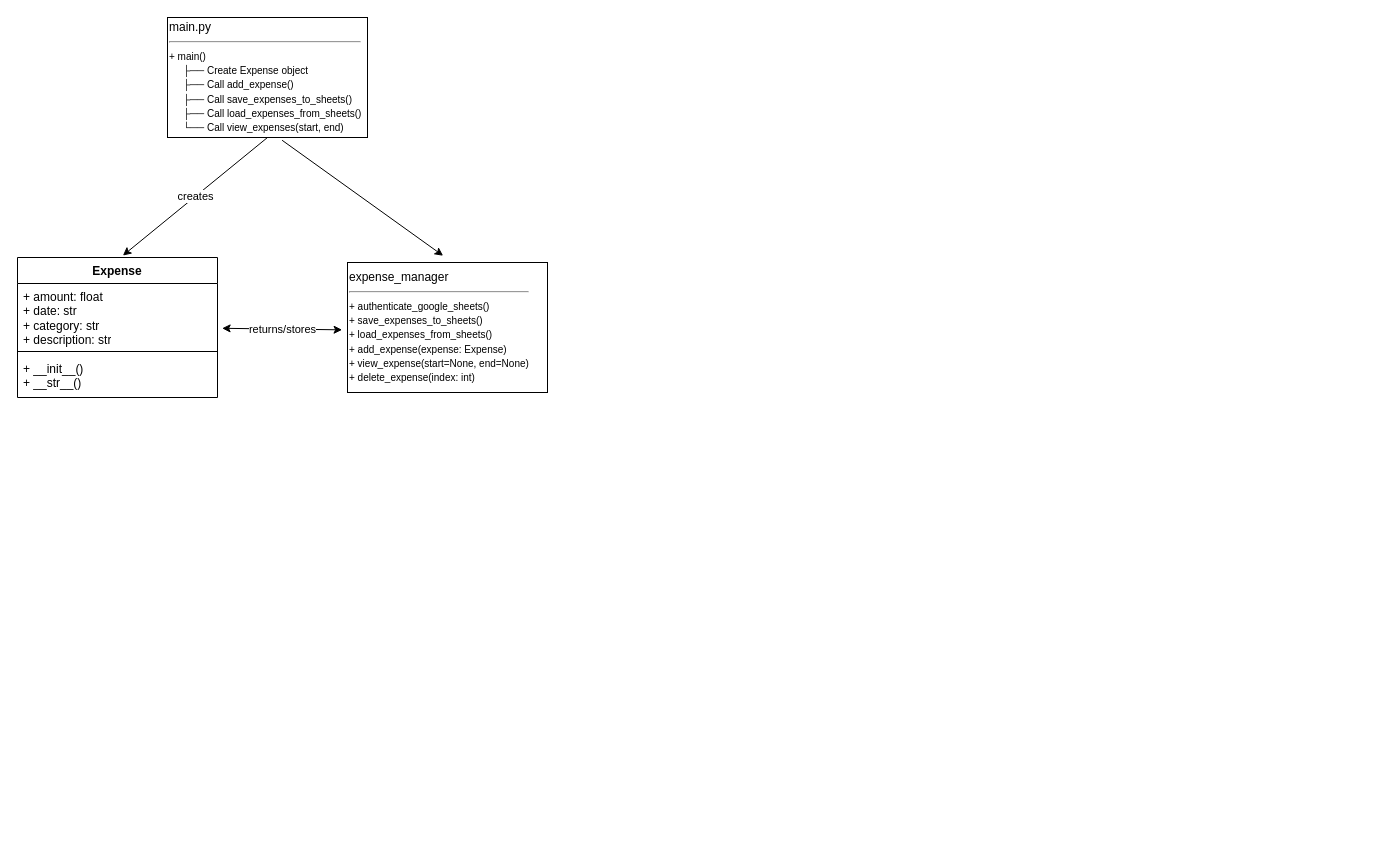
Before: diagrams/UMLdiagram.drawio in COSC381-2025Winter/lab13-sprint-expensetracker1-0, a draw.io diagram. Source tidied: cells renumbered, new cells numbered last; positions are measured from the earlier drawing's top-left corner, leaving out a move shared by most shapes. Both pictures are drawn from the tidied source at 100%, with x=0, y=0 at pixel (17, 17).
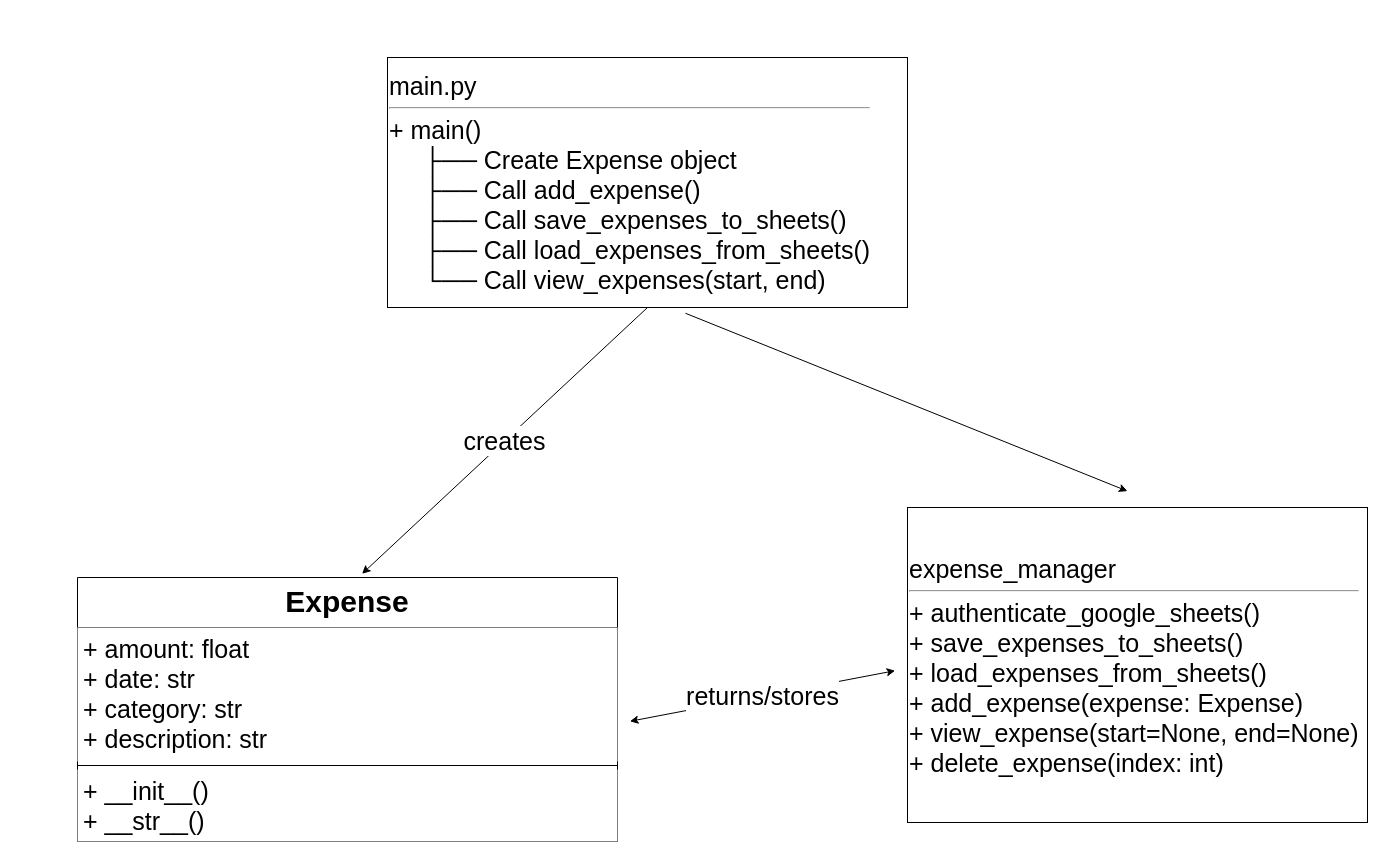
The same page after the edit.

Commit message (it also covers changes not shown here):
fixed UML diagrams

The edit, as a diff of the source:
```diff
@@
-<mxGraphModel>
+<mxGraphModel background="light-dark(#FFFFFF,#000000)">
   <root>
     <mxCell id="0" />
     <mxCell id="1" parent="0" />
-    <mxCell id="2" value="Expense" style="swimlane;fontStyle=1;align=center;verticalAlign=top;horizontal=1;startSize=26;whiteSpace=wrap;html=1;" parent="1" vertex="1">
-      <mxGeometry y="240" width="200" height="140" as="geometry" />
+    <mxCell id="2" value="&lt;font style=&quot;font-size: 30px;&quot;&gt;Expense&lt;/font&gt;" style="swimlane;fontStyle=1;align=center;verticalAlign=top;horizontal=1;startSize=50;whiteSpace=wrap;html=1;" parent="1" vertex="1">
+      <mxGeometry x="60" y="560" width="540" height="264" as="geometry" />
     </mxCell>
-    <mxCell id="3" value="+ amount: float&lt;div&gt;+ date: str&lt;br&gt;+ category: str&lt;/div&gt;&lt;div&gt;+ description: str&lt;/div&gt;" style="text;strokeColor=none;fillColor=none;align=left;verticalAlign=top;spacingLeft=4;spacingRight=4;overflow=hidden;points=[[0,0.5],[1,0.5]];portConstraint=eastwest;whiteSpace=wrap;html=1;" parent="2" vertex="1">
-      <mxGeometry y="26" width="200" height="64" as="geometry" />
+    <mxCell id="3" value="&lt;font style=&quot;font-size: 25px;&quot;&gt;+ amount: float&lt;/font&gt;&lt;div&gt;&lt;font style=&quot;font-size: 25px;&quot;&gt;+ date: str&lt;br&gt;+ category: str&lt;/font&gt;&lt;/div&gt;&lt;div&gt;&lt;font style=&quot;font-size: 25px;&quot;&gt;+ description: str&lt;/font&gt;&lt;/div&gt;" style="text;align=left;verticalAlign=top;spacingLeft=4;spacingRight=4;overflow=hidden;points=[[0,0.5],[1,0.5]];portConstraint=eastwest;whiteSpace=wrap;html=1;fillColor=default;" parent="2" vertex="1">
+      <mxGeometry y="50" width="540" height="134" as="geometry" />
     </mxCell>
     <mxCell id="4" style="line;strokeWidth=1;fillColor=none;align=left;verticalAlign=middle;spacingTop=-1;spacingLeft=3;spacingRight=3;labelPosition=right;strokeColor=inherit;" parent="2" vertex="1">
-      <mxGeometry y="90" width="200" height="8" as="geometry" />
+      <mxGeometry y="184" width="540" height="8" as="geometry" />
     </mxCell>
-    <mxCell id="5" value="+ __init__()&lt;div&gt;+ __str__()&lt;/div&gt;" style="text;strokeColor=none;fillColor=none;align=left;verticalAlign=top;spacingLeft=4;spacingRight=4;overflow=hidden;whiteSpace=wrap;html=1;" parent="2" vertex="1">
-      <mxGeometry y="98" width="200" height="42" as="geometry" />
+    <mxCell id="5" value="&lt;font style=&quot;font-size: 25px;&quot;&gt;+ __init__()&lt;/font&gt;&lt;div&gt;&lt;font style=&quot;font-size: 25px;&quot;&gt;+ __str__()&lt;/font&gt;&lt;/div&gt;" style="text;strokeColor=none;fillColor=default;align=left;verticalAlign=top;spacingLeft=4;spacingRight=4;overflow=hidden;whiteSpace=wrap;html=1;" parent="2" vertex="1">
+      <mxGeometry y="192" width="540" height="72" as="geometry" />
     </mxCell>
-    <mxCell id="6" value="&lt;div style=&quot;&quot;&gt;&lt;span style=&quot;background-color: transparent; color: light-dark(rgb(0, 0, 0), rgb(255, 255, 255));&quot;&gt;expense_manager&lt;/span&gt;&lt;/div&gt;&lt;div style=&quot;&quot;&gt;&lt;hr&gt;&lt;/div&gt;&lt;div style=&quot;&quot;&gt;&lt;span style=&quot;background-color: transparent; color: light-dark(rgb(0, 0, 0), rgb(255, 255, 255));&quot;&gt;&lt;font style=&quot;font-size: 10px;&quot;&gt;+ authenticate_google_sheets()&lt;/font&gt;&lt;/span&gt;&lt;/div&gt;&lt;div style=&quot;&quot;&gt;&lt;span style=&quot;background-color: transparent; color: light-dark(rgb(0, 0, 0), rgb(255, 255, 255));&quot;&gt;&lt;font style=&quot;font-size: 10px;&quot;&gt;+ save_expenses_to_sheets()&lt;/font&gt;&lt;/span&gt;&lt;/div&gt;&lt;div style=&quot;&quot;&gt;&lt;span style=&quot;background-color: transparent; color: light-dark(rgb(0, 0, 0), rgb(255, 255, 255));&quot;&gt;&lt;font style=&quot;font-size: 10px;&quot;&gt;+ load_expenses_from_sheets()&lt;/font&gt;&lt;/span&gt;&lt;/div&gt;&lt;div style=&quot;&quot;&gt;&lt;span style=&quot;background-color: transparent; color: light-dark(rgb(0, 0, 0), rgb(255, 255, 255));&quot;&gt;&lt;font style=&quot;font-size: 10px;&quot;&gt;+ add_expense(expense: Expense)&lt;/font&gt;&lt;/span&gt;&lt;/div&gt;&lt;div style=&quot;&quot;&gt;&lt;span style=&quot;background-color: transparent; color: light-dark(rgb(0, 0, 0), rgb(255, 255, 255));&quot;&gt;&lt;font style=&quot;font-size: 10px;&quot;&gt;+ view_expense(start=None, end=None)&lt;/font&gt;&lt;/span&gt;&lt;/div&gt;&lt;div style=&quot;&quot;&gt;&lt;span style=&quot;background-color: transparent; color: light-dark(rgb(0, 0, 0), rgb(255, 255, 255));&quot;&gt;&lt;font style=&quot;font-size: 10px;&quot;&gt;+ delete_expense(index: int)&lt;/font&gt;&lt;/span&gt;&lt;/div&gt;" style="rounded=0;whiteSpace=wrap;html=1;align=left;" parent="1" vertex="1">
-      <mxGeometry x="330" y="245" width="200" height="130" as="geometry" />
+    <mxCell id="6" value="&lt;div style=&quot;&quot;&gt;&lt;span style=&quot;background-color: transparent; color: light-dark(rgb(0, 0, 0), rgb(255, 255, 255));&quot;&gt;&lt;font style=&quot;font-size: 25px;&quot;&gt;expense_manager&lt;/font&gt;&lt;/span&gt;&lt;/div&gt;&lt;div style=&quot;&quot;&gt;&lt;hr&gt;&lt;/div&gt;&lt;div style=&quot;&quot;&gt;&lt;span style=&quot;background-color: transparent; color: light-dark(rgb(0, 0, 0), rgb(255, 255, 255));&quot;&gt;&lt;font style=&quot;font-size: 25px;&quot;&gt;+ authenticate_google_sheets()&lt;/font&gt;&lt;/span&gt;&lt;/div&gt;&lt;div style=&quot;&quot;&gt;&lt;span style=&quot;background-color: transparent; color: light-dark(rgb(0, 0, 0), rgb(255, 255, 255));&quot;&gt;&lt;font style=&quot;font-size: 25px;&quot;&gt;+ save_expenses_to_sheets()&lt;/font&gt;&lt;/span&gt;&lt;/div&gt;&lt;div style=&quot;&quot;&gt;&lt;span style=&quot;background-color: transparent; color: light-dark(rgb(0, 0, 0), rgb(255, 255, 255));&quot;&gt;&lt;font style=&quot;font-size: 25px;&quot;&gt;+ load_expenses_from_sheets()&lt;/font&gt;&lt;/span&gt;&lt;/div&gt;&lt;div style=&quot;&quot;&gt;&lt;span style=&quot;background-color: transparent; color: light-dark(rgb(0, 0, 0), rgb(255, 255, 255));&quot;&gt;&lt;font style=&quot;font-size: 25px;&quot;&gt;+ add_expense(expense: Expense)&lt;/font&gt;&lt;/span&gt;&lt;/div&gt;&lt;div style=&quot;&quot;&gt;&lt;span style=&quot;background-color: transparent; color: light-dark(rgb(0, 0, 0), rgb(255, 255, 255));&quot;&gt;&lt;font style=&quot;font-size: 25px;&quot;&gt;+ view_expense(start=None, end=None)&lt;/font&gt;&lt;/span&gt;&lt;/div&gt;&lt;div style=&quot;&quot;&gt;&lt;span style=&quot;background-color: transparent; color: light-dark(rgb(0, 0, 0), rgb(255, 255, 255));&quot;&gt;&lt;font style=&quot;font-size: 25px;&quot;&gt;+ delete_expense(index: int)&lt;/font&gt;&lt;/span&gt;&lt;/div&gt;" style="rounded=0;whiteSpace=wrap;html=1;align=left;" parent="1" vertex="1">
+      <mxGeometry x="890" y="490" width="460" height="315" as="geometry" />
     </mxCell>
-    <mxCell id="7" value="main.py&lt;div&gt;&lt;hr&gt;&lt;/div&gt;&lt;div&gt;&lt;font size=&quot;1&quot;&gt;+ main()&lt;/font&gt;&lt;/div&gt;&lt;div&gt;&lt;span style=&quot;background-color: transparent;&quot;&gt;&lt;font size=&quot;1&quot;&gt;&amp;nbsp; &amp;nbsp; &amp;nbsp;├── Create Expense object&lt;/font&gt;&lt;/span&gt;&lt;/div&gt;&lt;div&gt;&lt;span style=&quot;background-color: transparent;&quot;&gt;&lt;font size=&quot;1&quot;&gt;&amp;nbsp; &amp;nbsp; &amp;nbsp;├── Call add_expense()&lt;/font&gt;&lt;/span&gt;&lt;br&gt;&lt;/div&gt;&lt;div&gt;&lt;span style=&quot;background-color: transparent;&quot;&gt;&lt;font size=&quot;1&quot;&gt;&amp;nbsp; &amp;nbsp; &amp;nbsp;├── Call save_expenses_to_sheets()&lt;/font&gt;&lt;/span&gt;&lt;/div&gt;&lt;div&gt;&lt;span style=&quot;background-color: transparent;&quot;&gt;&lt;font size=&quot;1&quot;&gt;&amp;nbsp; &amp;nbsp; &amp;nbsp;├── Call load_expenses_from_sheets()&lt;/font&gt;&lt;/span&gt;&lt;/div&gt;&lt;div&gt;&lt;span style=&quot;background-color: transparent;&quot;&gt;&lt;font size=&quot;1&quot;&gt;&amp;nbsp; &amp;nbsp; &amp;nbsp;└──&amp;nbsp;Call view_expenses(start, end)&lt;/font&gt;&lt;/span&gt;&lt;/div&gt;" style="rounded=0;whiteSpace=wrap;html=1;align=left;" parent="1" vertex="1">
-      <mxGeometry x="150" width="200" height="120" as="geometry" />
+    <mxCell id="7" value="&lt;font style=&quot;font-size: 25px;&quot;&gt;main.py&lt;/font&gt;&lt;div&gt;&lt;hr&gt;&lt;/div&gt;&lt;div&gt;&lt;font style=&quot;font-size: 25px;&quot;&gt;+ main()&lt;/font&gt;&lt;/div&gt;&lt;div&gt;&lt;span style=&quot;background-color: transparent;&quot;&gt;&lt;font style=&quot;font-size: 25px;&quot;&gt;&amp;nbsp; &amp;nbsp; &amp;nbsp;├── Create Expense object&lt;/font&gt;&lt;/span&gt;&lt;/div&gt;&lt;div&gt;&lt;font style=&quot;font-size: 25px;&quot;&gt;&lt;span style=&quot;background-color: transparent;&quot;&gt;&amp;nbsp; &amp;nbsp; &amp;nbsp;├── Call add_expense()&lt;/span&gt;&lt;br&gt;&lt;/font&gt;&lt;/div&gt;&lt;div&gt;&lt;span style=&quot;background-color: transparent;&quot;&gt;&lt;font style=&quot;font-size: 25px;&quot;&gt;&amp;nbsp; &amp;nbsp; &amp;nbsp;├── Call save_expenses_to_sheets()&lt;/font&gt;&lt;/span&gt;&lt;/div&gt;&lt;div&gt;&lt;span style=&quot;background-color: transparent;&quot;&gt;&lt;font style=&quot;font-size: 25px;&quot;&gt;&amp;nbsp; &amp;nbsp; &amp;nbsp;├── Call load_expenses_from_sheets()&lt;/font&gt;&lt;/span&gt;&lt;/div&gt;&lt;div&gt;&lt;span style=&quot;background-color: transparent;&quot;&gt;&lt;font style=&quot;font-size: 25px;&quot;&gt;&amp;nbsp; &amp;nbsp; &amp;nbsp;└──&amp;nbsp;Call view_expenses(start, end)&lt;/font&gt;&lt;/span&gt;&lt;/div&gt;" style="rounded=0;whiteSpace=wrap;html=1;align=left;" parent="1" vertex="1">
+      <mxGeometry x="370" y="40" width="520" height="250" as="geometry" />
     </mxCell>
-    <mxCell id="8" value="creates" style="endArrow=classic;html=1;rounded=0;exitX=0.5;exitY=1;exitDx=0;exitDy=0;entryX=0.527;entryY=-0.014;entryDx=0;entryDy=0;entryPerimeter=0;" parent="1" edge="1" source="7" target="2">
+    <mxCell id="8" value="creates" style="endArrow=classic;html=1;rounded=0;exitX=0.5;exitY=1;exitDx=0;exitDy=0;entryX=0.527;entryY=-0.014;entryDx=0;entryDy=0;entryPerimeter=0;fontSize=25;" parent="1" edge="1" source="7" target="2">
       <mxGeometry relative="1" as="geometry" />
     </mxCell>
     <mxCell id="9" style="endArrow=classic;html=1;rounded=0;exitX=0.573;exitY=1.023;exitDx=0;exitDy=0;exitPerimeter=0;entryX=0.478;entryY=-0.052;entryDx=0;entryDy=0;entryPerimeter=0;" parent="1" edge="1" source="7" target="6">
       <mxGeometry relative="1" as="geometry" />
     </mxCell>
-    <mxCell id="10" value="returns/stores" style="endArrow=classic;startArrow=classic;html=1;rounded=0;exitX=1.023;exitY=0.7;exitDx=0;exitDy=0;exitPerimeter=0;entryX=-0.027;entryY=0.518;entryDx=0;entryDy=0;entryPerimeter=0;" parent="1" edge="1" source="3" target="6">
+    <mxCell id="10" value="returns/stores" style="endArrow=classic;startArrow=classic;html=1;rounded=0;exitX=1.023;exitY=0.7;exitDx=0;exitDy=0;exitPerimeter=0;entryX=-0.027;entryY=0.518;entryDx=0;entryDy=0;entryPerimeter=0;fontSize=25;" parent="1" edge="1" source="3" target="6">
       <mxGeometry relative="1" as="geometry" />
     </mxCell>
   </root>
 </mxGraphModel>
```
